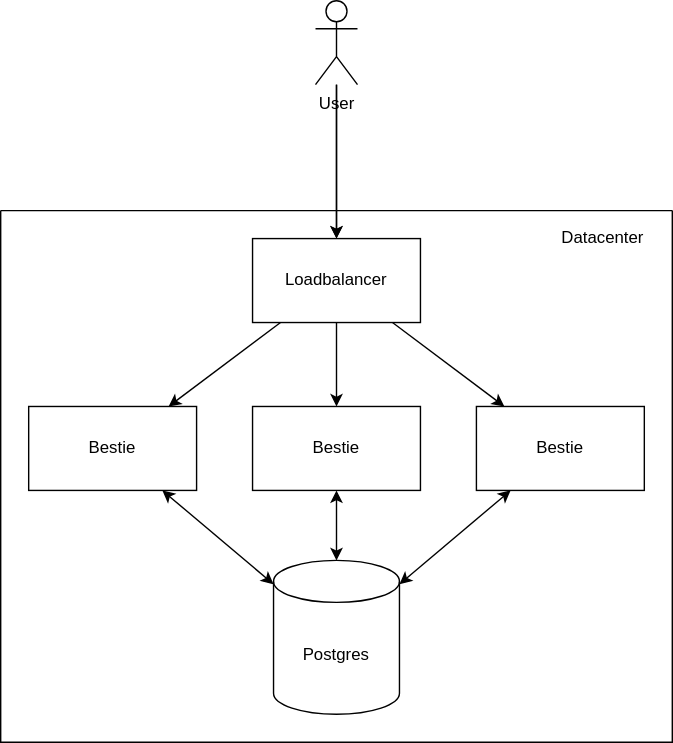
Above: docs/bestie.drawio.svg in opdev/l5-operator-demo (draw.io), before the change. Source tidied: cells renumbered, new cells last; positions are measured from the earlier drawing's top-left corner, leaving out a move shared by most shapes.
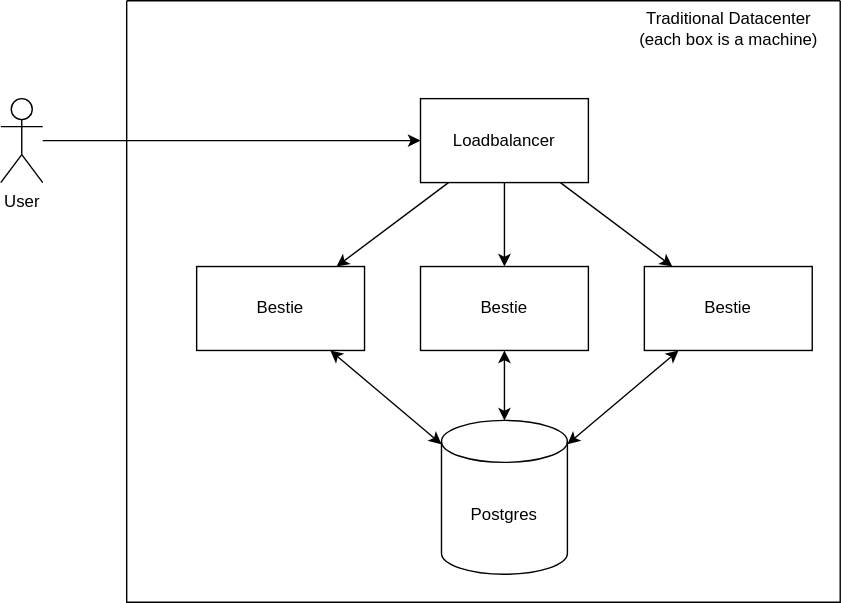
Later version of the same file.

What changed in the source:
```diff
@@ -18,7 +18,7 @@
       <mxGeometry relative="1" as="geometry" />
     </mxCell>
     <mxCell id="7" value="User" style="shape=umlActor;verticalLabelPosition=bottom;verticalAlign=top;html=1;outlineConnect=0;" parent="1" vertex="1">
-      <mxGeometry x="225" width="30" height="60" as="geometry" />
+      <mxGeometry x="-120" y="170" width="30" height="60" as="geometry" />
     </mxCell>
     <mxCell id="8" style="endArrow=classic;startArrow=classic;html=1;rounded=0;" parent="1" edge="1" source="2" target="16">
       <mxGeometry relative="1" as="geometry" />
@@ -38,17 +38,14 @@
     <mxCell id="13" style="endArrow=classic;html=1;rounded=0;" parent="1" edge="1" source="5" target="4">
       <mxGeometry relative="1" as="geometry" />
     </mxCell>
-    <mxCell id="14" style="endArrow=classic;html=1;rounded=0;entryX=0.5;entryY=0;entryDx=0;entryDy=0;" parent="1" edge="1" source="7" target="5">
-      <mxGeometry relative="1" as="geometry" />
-    </mxCell>
     <mxCell id="15" style="swimlane;startSize=0;" parent="1" vertex="1">
-      <mxGeometry y="150" width="480" height="380" as="geometry" />
+      <mxGeometry x="-30" y="100" width="510" height="430" as="geometry" />
     </mxCell>
     <mxCell id="16" value="Postgres" style="shape=cylinder3;whiteSpace=wrap;html=1;boundedLbl=1;backgroundOutline=1;size=15;" parent="15" vertex="1">
-      <mxGeometry x="195" y="250" width="90" height="110" as="geometry" />
+      <mxGeometry x="225" y="300" width="90" height="110" as="geometry" />
     </mxCell>
-    <mxCell id="17" value="Datacenter" style="text;html=1;align=center;verticalAlign=middle;strokeColor=none;fillColor=none;" parent="15" vertex="1">
-      <mxGeometry x="395" y="10" width="70" height="20" as="geometry" />
+    <mxCell id="17" value="Traditional Datacenter&lt;br&gt;(each box is a machine)" style="text;html=1;align=center;verticalAlign=middle;strokeColor=none;fillColor=none;" parent="15" vertex="1">
+      <mxGeometry x="360" y="5" width="140" height="30" as="geometry" />
     </mxCell>
   </root>
 </mxGraphModel>
```
